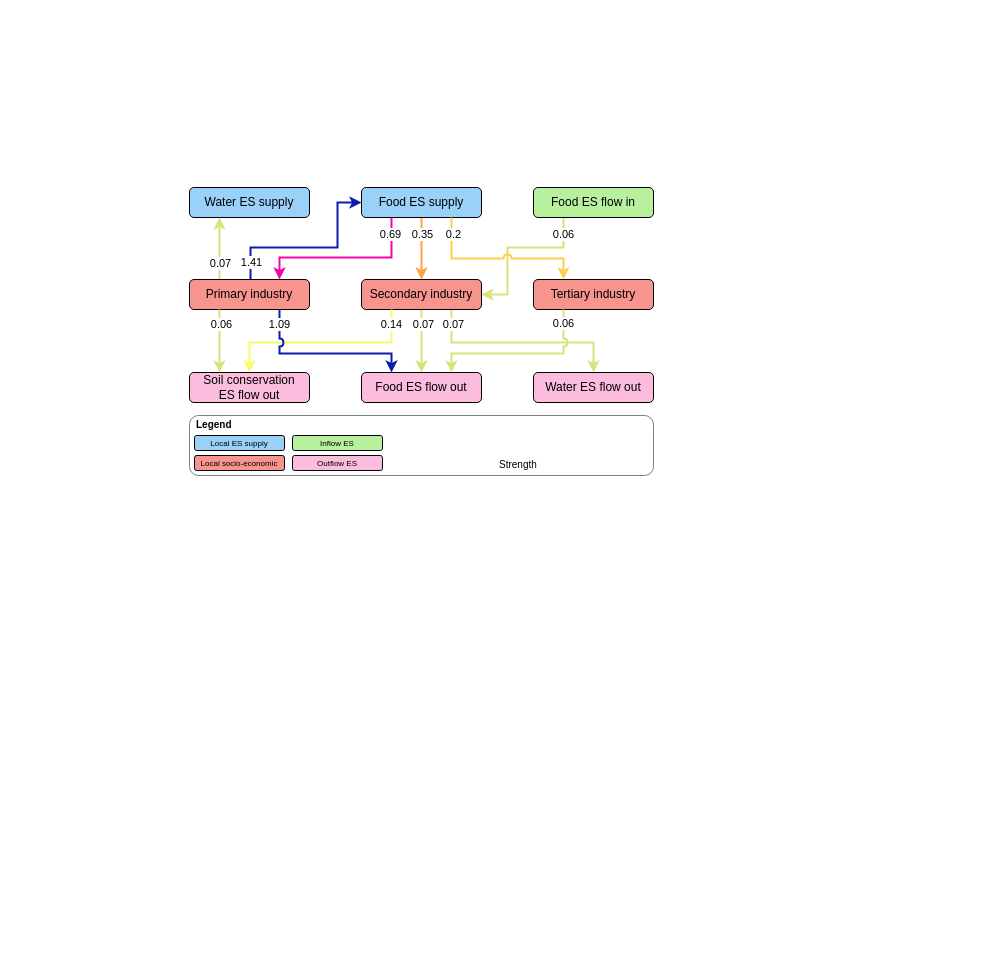
Before: ES_FLOW_MI.drawio in THRILLERLEMON/Draw.IO, a draw.io diagram. Source tidied: cells renumbered, new cells numbered last; positions are measured from the earlier drawing's top-left corner, leaving out a move shared by most shapes. Both pictures are drawn from the tidied source at 100%, with x=0, y=0 at pixel (189, 187).
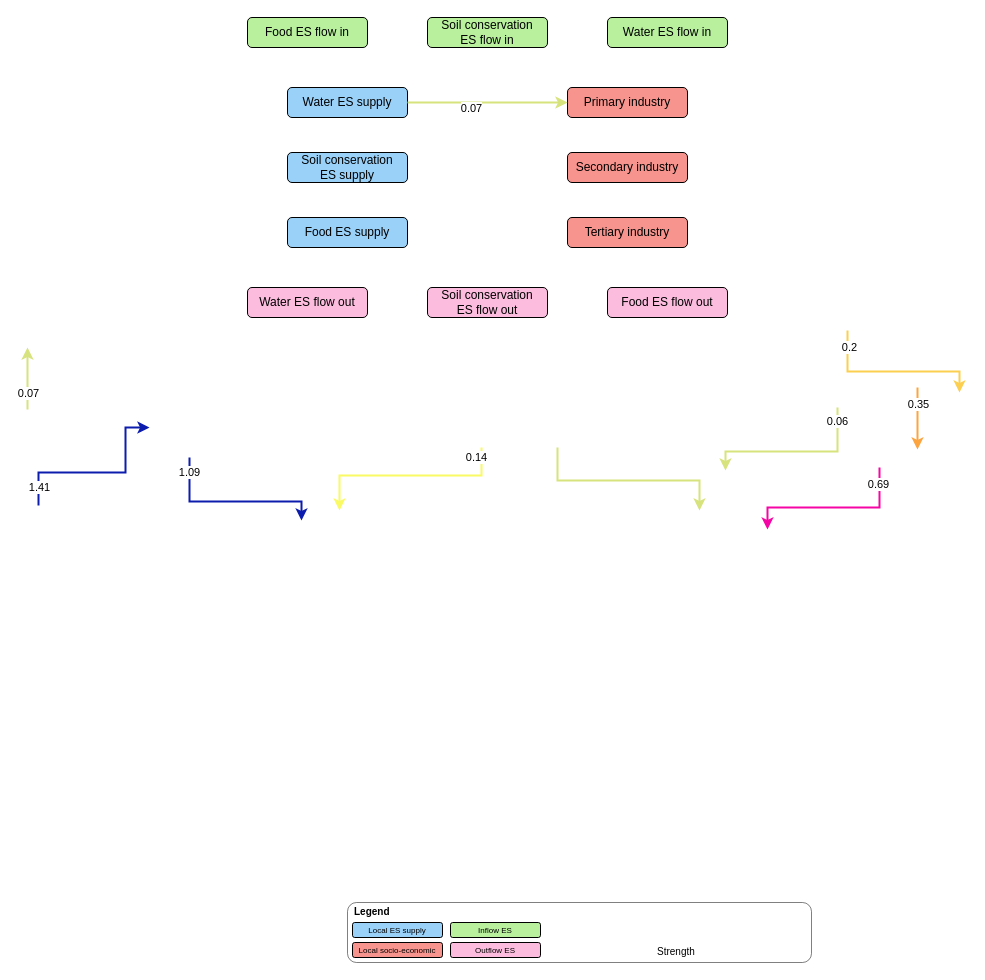
Above is the later version.

The edit, as a diff of the source:
```diff
@@
     <mxCell id="2" style="rounded=1;whiteSpace=wrap;html=1;strokeWidth=0.5;" parent="1" vertex="1">
-      <mxGeometry y="228" width="464" height="60" as="geometry" />
+      <mxGeometry x="158" y="715" width="464" height="60" as="geometry" />
     </mxCell>
-    <mxCell id="3" style="edgeStyle=orthogonalEdgeStyle;rounded=0;jettySize=auto;html=1;exitX=0.75;exitY=1;exitDx=0;exitDy=0;entryX=0.5;entryY=0;entryDx=0;entryDy=0;strokeWidth=2;jumpStyle=arc;strokeColor=#d7e37d;fontFamily=Arial;" parent="1" edge="1" source="16" target="20">
+    <mxCell id="3" style="edgeStyle=orthogonalEdgeStyle;rounded=0;orthogonalLoop=1;jettySize=auto;html=1;exitX=0.75;exitY=1;exitDx=0;exitDy=0;entryX=0.5;entryY=0;entryDx=0;entryDy=0;strokeWidth=2;jumpStyle=arc;strokeColor=#d7e37d;fontFamily=Arial;" parent="1" edge="1">
       <mxGeometry relative="1" as="geometry">
+        <mxPoint x="368" y="260" as="sourcePoint" />
+        <mxPoint x="510" y="323" as="targetPoint" />
         <Array as="points">
-          <mxPoint x="262" y="155" />
-          <mxPoint x="404" y="155" />
+          <mxPoint x="368" y="293" />
+          <mxPoint x="510" y="293" />
         </Array>
       </mxGeometry>
     </mxCell>
-    <mxCell id="4" style="edgeStyle=orthogonalEdgeStyle;rounded=0;jettySize=auto;html=1;exitX=0.5;exitY=1;exitDx=0;exitDy=0;entryX=0.5;entryY=0;entryDx=0;entryDy=0;strokeWidth=2;jumpStyle=arc;strokeColor=#d7e37d;fontFamily=Arial;" parent="1" edge="1" source="16" target="18">
-      <mxGeometry relative="1" as="geometry">
-        <Array as="points">
-          <mxPoint x="232" y="146" />
-          <mxPoint x="232" y="146" />
-        </Array>
-      </mxGeometry>
-    </mxCell>
-    <mxCell id="5" value="0.07" style="edgeLabel;html=1;align=center;verticalAlign=middle;fontFamily=Arial;" parent="4" vertex="1">
-      <mxGeometry x="-0.83" y="-1" relative="1" as="geometry">
-        <mxPoint x="32" y="9" as="offset" />
-      </mxGeometry>
-    </mxCell>
-    <mxCell id="6" value="0.07" style="edgeLabel;html=1;align=center;verticalAlign=middle;fontFamily=Arial;" parent="4" vertex="1">
-      <mxGeometry x="-0.53" y="2" relative="1" as="geometry">
-        <mxPoint x="-1" y="-1" as="offset" />
-      </mxGeometry>
-    </mxCell>
-    <mxCell id="7" style="edgeStyle=orthogonalEdgeStyle;rounded=0;jettySize=auto;html=1;exitX=0.25;exitY=1;exitDx=0;exitDy=0;entryX=0.75;entryY=0;entryDx=0;entryDy=0;strokeWidth=2;strokeColor=#f505a5;fontFamily=Arial;" parent="1" edge="1" source="11" target="25">
+    <mxCell id="7" style="edgeStyle=orthogonalEdgeStyle;rounded=0;orthogonalLoop=1;jettySize=auto;html=1;exitX=0.25;exitY=1;exitDx=0;exitDy=0;entryX=0.75;entryY=0;entryDx=0;entryDy=0;strokeWidth=2;strokeColor=#f505a5;fontFamily=Arial;" parent="1" edge="1">
       <mxGeometry relative="1" as="geometry">
+        <mxPoint x="690" y="280" as="sourcePoint" />
+        <mxPoint x="578" y="342" as="targetPoint" />
         <Array as="points">
-          <mxPoint x="202" y="70" />
-          <mxPoint x="90" y="70" />
+          <mxPoint x="690" y="320" />
+          <mxPoint x="578" y="320" />
         </Array>
       </mxGeometry>
     </mxCell>
@@
-    <mxCell id="9" style="edgeStyle=orthogonalEdgeStyle;rounded=0;jettySize=auto;html=1;exitX=0.5;exitY=1;exitDx=0;exitDy=0;entryX=0.5;entryY=0;entryDx=0;entryDy=0;strokeWidth=2;strokeColor=#fca43f;fontFamily=Arial;" parent="1" edge="1" source="11" target="16">
-      <mxGeometry relative="1" as="geometry" />
+    <mxCell id="9" style="edgeStyle=orthogonalEdgeStyle;rounded=0;orthogonalLoop=1;jettySize=auto;html=1;exitX=0.5;exitY=1;exitDx=0;exitDy=0;entryX=0.5;entryY=0;entryDx=0;entryDy=0;strokeWidth=2;strokeColor=#fca43f;fontFamily=Arial;" parent="1" edge="1">
+      <mxGeometry relative="1" as="geometry">
+        <mxPoint x="728" y="200" as="sourcePoint" />
+        <mxPoint x="728" y="262" as="targetPoint" />
+      </mxGeometry>
     </mxCell>
@@
-    <mxCell id="11" value="&lt;p style=&quot;margin-top: 0pt; margin-bottom: 0pt; margin-left: 0in; direction: ltr; unicode-bidi: embed; word-break: normal;&quot;&gt;Food ES supply&lt;/p&gt;" style="rounded=1;whiteSpace=wrap;html=1;fontFamily=Arial;fillColor=#9ad1f9;flipV=1;" parent="1" vertex="1">
-      <mxGeometry x="172" width="120" height="30" as="geometry" />
+    <mxCell id="11" value="&lt;p style=&quot;margin-top: 0pt; margin-bottom: 0pt; margin-left: 0in; direction: ltr; unicode-bidi: embed; word-break: normal;&quot;&gt;Food ES supply&lt;/p&gt;" style="rounded=1;whiteSpace=wrap;html=1;fontFamily=Arial;fillColor=#9ad1f9;flipV=0;" parent="1" vertex="1">
+      <mxGeometry x="98" y="30" width="120" height="30" as="geometry" />
     </mxCell>
-    <mxCell id="12" value="&lt;p style=&quot;margin-top: 0pt; margin-bottom: 0pt; margin-left: 0in; direction: ltr; unicode-bidi: embed; word-break: normal;&quot;&gt;Water ES supply&lt;/p&gt;" style="rounded=1;whiteSpace=wrap;html=1;fontFamily=Arial;fillColor=#9ad1f9;flipV=1;" parent="1" vertex="1">
-      <mxGeometry width="120" height="30" as="geometry" />
+    <mxCell id="12" value="&lt;p style=&quot;margin-top: 0pt; margin-bottom: 0pt; margin-left: 0in; direction: ltr; unicode-bidi: embed; word-break: normal;&quot;&gt;Water ES supply&lt;/p&gt;" style="rounded=1;whiteSpace=wrap;html=1;fontFamily=Arial;fillColor=#9ad1f9;flipV=0;" parent="1" vertex="1">
+      <mxGeometry x="98" y="-100" width="120" height="30" as="geometry" />
     </mxCell>
-    <mxCell id="13" style="edgeStyle=orthogonalEdgeStyle;rounded=0;jettySize=auto;html=1;exitX=0.25;exitY=1;exitDx=0;exitDy=0;entryX=1;entryY=0.5;entryDx=0;entryDy=0;strokeWidth=2;jumpStyle=arc;strokeColor=#d7e37d;fontFamily=Arial;" parent="1" edge="1" source="15" target="16">
-      <mxGeometry relative="1" as="geometry">
-        <Array as="points">
-          <mxPoint x="374" y="60" />
-          <mxPoint x="318" y="60" />
-          <mxPoint x="318" y="107" />
-        </Array>
-      </mxGeometry>
-    </mxCell>
-    <mxCell id="14" value="0.06" style="edgeLabel;html=1;align=center;verticalAlign=middle;fontFamily=Arial;" parent="13" vertex="1">
-      <mxGeometry x="-0.19" y="650" relative="1" as="geometry">
-        <mxPoint x="33" y="-664" as="offset" />
-      </mxGeometry>
-    </mxCell>
-    <mxCell id="15" value="&lt;p style=&quot;margin-top: 0pt; margin-bottom: 0pt; margin-left: 0in; direction: ltr; unicode-bidi: embed; word-break: normal;&quot;&gt;Food ES flow in&lt;/p&gt;" style="rounded=1;whiteSpace=wrap;html=1;fontFamily=Arial;fillColor=#b8f09e;" parent="1" vertex="1">
-      <mxGeometry x="344" width="120" height="30" as="geometry" />
+    <mxCell id="15" value="Water&amp;nbsp;&lt;span style=&quot;background-color: initial;&quot;&gt;ES flow in&lt;/span&gt;" style="rounded=1;whiteSpace=wrap;html=1;fontFamily=Arial;fillColor=#b8f09e;" parent="1" vertex="1">
+      <mxGeometry x="418" y="-170" width="120" height="30" as="geometry" />
     </mxCell>
     <mxCell id="16" value="&lt;p style=&quot;margin-top: 0pt; margin-bottom: 0pt; margin-left: 0in; direction: ltr; unicode-bidi: embed; word-break: normal;&quot;&gt;Secondary industry&lt;/p&gt;" style="rounded=1;whiteSpace=wrap;html=1;fontFamily=Arial;fillColor=#f7948d;flipV=1;" parent="1" vertex="1">
-      <mxGeometry x="172" y="92" width="120" height="30" as="geometry" />
+      <mxGeometry x="378" y="-35" width="120" height="30" as="geometry" />
     </mxCell>
     <mxCell id="17" value="&lt;p style=&quot;margin-top: 0pt; margin-bottom: 0pt; margin-left: 0in; direction: ltr; unicode-bidi: embed; word-break: normal;&quot;&gt;Tertiary industry&lt;/p&gt;" style="rounded=1;whiteSpace=wrap;html=1;fontFamily=Arial;fillColor=#f7948d;" parent="1" vertex="1">
-      <mxGeometry x="344" y="92" width="120" height="30" as="geometry" />
+      <mxGeometry x="378" y="30" width="120" height="30" as="geometry" />
     </mxCell>
     <mxCell id="18" value="&lt;p style=&quot;margin-top: 0pt; margin-bottom: 0pt; margin-left: 0in; direction: ltr; unicode-bidi: embed; word-break: normal;&quot;&gt;Food ES flow out&lt;/p&gt;" style="rounded=1;whiteSpace=wrap;html=1;fontFamily=Arial;fillColor=#fbbcdd;flipV=1;" parent="1" vertex="1">
-      <mxGeometry x="172" y="185" width="120" height="30" as="geometry" />
+      <mxGeometry x="418" y="100" width="120" height="30" as="geometry" />
     </mxCell>
     <mxCell id="19" value="&lt;p style=&quot;border-color: var(--border-color); margin-top: 0pt; margin-bottom: 0pt; margin-left: 0in; direction: ltr; unicode-bidi: embed; word-break: normal;&quot;&gt;Soil&amp;nbsp;&lt;span style=&quot;background-color: initial;&quot;&gt;conservation&lt;/span&gt;&lt;/p&gt;&lt;p style=&quot;border-color: var(--border-color); margin-top: 0pt; margin-bottom: 0pt; margin-left: 0in; direction: ltr; unicode-bidi: embed; word-break: normal;&quot;&gt;&lt;span style=&quot;background-color: initial;&quot;&gt;ES flow out&lt;/span&gt;&lt;/p&gt;" style="rounded=1;whiteSpace=wrap;html=1;fontFamily=Arial;fillColor=#fbbcdd;flipV=1;verticalAlign=middle;spacingTop=0;spacing=2;" parent="1" vertex="1">
-      <mxGeometry y="185" width="120" height="30" as="geometry" />
+      <mxGeometry x="238" y="100" width="120" height="30" as="geometry" />
     </mxCell>
     <mxCell id="20" value="&lt;p style=&quot;margin-top: 0pt; margin-bottom: 0pt; margin-left: 0in; direction: ltr; unicode-bidi: embed; word-break: normal;&quot;&gt;Water ES flow out&lt;/p&gt;" style="rounded=1;whiteSpace=wrap;html=1;fontFamily=Arial;fillColor=#fbbcdd;" parent="1" vertex="1">
-      <mxGeometry x="344" y="185" width="120" height="30" as="geometry" />
+      <mxGeometry x="58" y="100" width="120" height="30" as="geometry" />
     </mxCell>
-    <mxCell id="21" style="edgeStyle=orthogonalEdgeStyle;rounded=0;jettySize=auto;html=1;exitX=0.5;exitY=0;exitDx=0;exitDy=0;strokeWidth=2;strokeColor=#0c1cad;entryX=0;entryY=0.5;entryDx=0;entryDy=0;fontFamily=Arial;" parent="1" edge="1" source="25" target="11">
+    <mxCell id="21" style="edgeStyle=orthogonalEdgeStyle;rounded=0;orthogonalLoop=1;jettySize=auto;html=1;exitX=0.5;exitY=0;exitDx=0;exitDy=0;strokeWidth=2;strokeColor=#0c1cad;entryX=0;entryY=0.5;entryDx=0;entryDy=0;fontFamily=Arial;" parent="1" edge="1">
       <mxGeometry relative="1" as="geometry">
+        <mxPoint x="-152" y="317" as="sourcePoint" />
+        <mxPoint x="-40" y="240" as="targetPoint" />
         <Array as="points">
-          <mxPoint x="61" y="92" />
-          <mxPoint x="61" y="60" />
-          <mxPoint x="148" y="60" />
-          <mxPoint x="148" y="15" />
+          <mxPoint x="-151" y="317" />
+          <mxPoint x="-151" y="285" />
+          <mxPoint x="-64" y="285" />
+          <mxPoint x="-64" y="240" />
         </Array>
       </mxGeometry>
     </mxCell>
@@
-    <mxCell id="23" style="edgeStyle=orthogonalEdgeStyle;rounded=0;jettySize=auto;html=1;exitX=0.25;exitY=0;exitDx=0;exitDy=0;strokeWidth=2;strokeColor=#d7e37d;jumpStyle=arc;entryX=0.25;entryY=1;entryDx=0;entryDy=0;fontFamily=Arial;" parent="1" edge="1" source="25" target="12">
+    <mxCell id="23" style="edgeStyle=orthogonalEdgeStyle;rounded=0;orthogonalLoop=1;jettySize=auto;html=1;exitX=0.25;exitY=0;exitDx=0;exitDy=0;strokeWidth=2;strokeColor=#d7e37d;jumpStyle=arc;entryX=0.25;entryY=1;entryDx=0;entryDy=0;fontFamily=Arial;" parent="1" edge="1">
       <mxGeometry relative="1" as="geometry">
+        <mxPoint x="-162" y="222" as="sourcePoint" />
+        <mxPoint x="-162" y="160" as="targetPoint" />
         <Array as="points">
-          <mxPoint x="30" y="36" />
-          <mxPoint x="30" y="36" />
+          <mxPoint x="-162" y="166" />
+          <mxPoint x="-162" y="166" />
         </Array>
       </mxGeometry>
     </mxCell>
@@
     <mxCell id="25" value="&lt;p style=&quot;margin-top: 0pt; margin-bottom: 0pt; margin-left: 0in; direction: ltr; unicode-bidi: embed; word-break: normal;&quot;&gt;Primary industry&lt;/p&gt;" style="rounded=1;whiteSpace=wrap;html=1;fontFamily=Arial;fillColor=#f7948d;flipV=1;" parent="1" vertex="1">
-      <mxGeometry y="92" width="120" height="30" as="geometry" />
+      <mxGeometry x="378" y="-100" width="120" height="30" as="geometry" />
     </mxCell>
-    <mxCell id="26" style="edgeStyle=orthogonalEdgeStyle;rounded=0;jettySize=auto;html=1;exitX=0.25;exitY=1;exitDx=0;exitDy=0;entryX=0.25;entryY=0;entryDx=0;entryDy=0;strokeWidth=2;jumpStyle=arc;strokeColor=#d7e37d;fontFamily=Arial;" parent="1" edge="1" source="25" target="19">
-      <mxGeometry relative="1" as="geometry" />
-    </mxCell>
-    <mxCell id="27" value="0.06" style="edgeLabel;html=1;align=center;verticalAlign=middle;fontFamily=Arial;" parent="26" vertex="1">
-      <mxGeometry x="-0.89" y="1" relative="1" as="geometry">
-        <mxPoint y="11" as="offset" />
-      </mxGeometry>
-    </mxCell>
-    <mxCell id="28" style="edgeStyle=orthogonalEdgeStyle;rounded=0;jettySize=auto;html=1;entryX=0.25;entryY=0;entryDx=0;entryDy=0;strokeWidth=2;jumpStyle=arc;strokeColor=#fccf51;exitX=0.75;exitY=1;exitDx=0;exitDy=0;fontFamily=Arial;" parent="1" edge="1" source="11" target="17">
+    <mxCell id="28" style="edgeStyle=orthogonalEdgeStyle;rounded=0;orthogonalLoop=1;jettySize=auto;html=1;entryX=0.25;entryY=0;entryDx=0;entryDy=0;strokeWidth=2;jumpStyle=arc;strokeColor=#fccf51;exitX=0.75;exitY=1;exitDx=0;exitDy=0;fontFamily=Arial;" parent="1" edge="1">
       <mxGeometry relative="1" as="geometry">
+        <mxPoint x="658" y="143" as="sourcePoint" />
+        <mxPoint x="770" y="205" as="targetPoint" />
         <Array as="points">
-          <mxPoint x="262" y="71" />
-          <mxPoint x="374" y="71" />
+          <mxPoint x="658" y="184" />
+          <mxPoint x="770" y="184" />
         </Array>
       </mxGeometry>
     </mxCell>
@@
-    <mxCell id="30" style="edgeStyle=orthogonalEdgeStyle;rounded=0;jettySize=auto;html=1;exitX=0.25;exitY=1;exitDx=0;exitDy=0;entryX=0.5;entryY=0;entryDx=0;entryDy=0;strokeWidth=2;jumpStyle=arc;strokeColor=#fafa64;fontFamily=Arial;" parent="1" edge="1" source="16" target="19">
+    <mxCell id="30" style="edgeStyle=orthogonalEdgeStyle;rounded=0;orthogonalLoop=1;jettySize=auto;html=1;exitX=0.25;exitY=1;exitDx=0;exitDy=0;entryX=0.5;entryY=0;entryDx=0;entryDy=0;strokeWidth=2;jumpStyle=arc;strokeColor=#fafa64;fontFamily=Arial;" parent="1" edge="1">
       <mxGeometry relative="1" as="geometry">
+        <mxPoint x="292" y="260" as="sourcePoint" />
+        <mxPoint x="150" y="323" as="targetPoint" />
         <Array as="points">
-          <mxPoint x="202" y="155" />
-          <mxPoint x="60" y="155" />
+          <mxPoint x="292" y="288" />
+          <mxPoint x="150" y="288" />
         </Array>
       </mxGeometry>
     </mxCell>
@@
-    <mxCell id="32" style="edgeStyle=orthogonalEdgeStyle;rounded=0;jettySize=auto;html=1;exitX=0.75;exitY=1;exitDx=0;exitDy=0;entryX=0.25;entryY=0;entryDx=0;entryDy=0;strokeWidth=2;strokeColor=#0c1cad;jumpStyle=arc;fontFamily=Arial;" parent="1" edge="1" source="25" target="18">
+    <mxCell id="32" style="edgeStyle=orthogonalEdgeStyle;rounded=0;orthogonalLoop=1;jettySize=auto;html=1;exitX=0.75;exitY=1;exitDx=0;exitDy=0;entryX=0.25;entryY=0;entryDx=0;entryDy=0;strokeWidth=2;strokeColor=#0c1cad;jumpStyle=arc;fontFamily=Arial;" parent="1" edge="1">
       <mxGeometry relative="1" as="geometry">
+        <mxPoint y="270" as="sourcePoint" />
+        <mxPoint x="112" y="333" as="targetPoint" />
         <Array as="points">
-          <mxPoint x="90" y="166" />
-          <mxPoint x="202" y="166" />
+          <mxPoint y="314" />
+          <mxPoint x="112" y="314" />
         </Array>
       </mxGeometry>
     </mxCell>
@@
-    <mxCell id="34" style="edgeStyle=orthogonalEdgeStyle;rounded=0;jettySize=auto;html=1;exitX=0.25;exitY=1;exitDx=0;exitDy=0;strokeWidth=2;jumpStyle=arc;strokeColor=#d7e37d;entryX=0.75;entryY=0;entryDx=0;entryDy=0;fontFamily=Arial;" parent="1" edge="1" source="17" target="18">
+    <mxCell id="34" style="edgeStyle=orthogonalEdgeStyle;rounded=0;orthogonalLoop=1;jettySize=auto;html=1;exitX=0.25;exitY=1;exitDx=0;exitDy=0;strokeWidth=2;jumpStyle=arc;strokeColor=#d7e37d;entryX=0.75;entryY=0;entryDx=0;entryDy=0;fontFamily=Arial;" parent="1" edge="1">
       <mxGeometry relative="1" as="geometry">
+        <mxPoint x="648" y="220" as="sourcePoint" />
+        <mxPoint x="536" y="283" as="targetPoint" />
         <Array as="points">
-          <mxPoint x="374" y="166" />
-          <mxPoint x="262" y="166" />
+          <mxPoint x="648" y="264" />
+          <mxPoint x="536" y="264" />
         </Array>
       </mxGeometry>
     </mxCell>
@@
     <mxCell id="36" value="&lt;p style=&quot;margin-top: 0pt; margin-bottom: 0pt; margin-left: 0in; direction: ltr; unicode-bidi: embed; word-break: normal; font-size: 8px;&quot;&gt;Local ES supply&lt;/p&gt;" style="rounded=1;whiteSpace=wrap;html=1;fontFamily=Arial;fillColor=#9ad1f9;flipV=1;fontSize=8;" parent="1" vertex="1">
-      <mxGeometry x="5" y="248" width="90" height="15" as="geometry" />
+      <mxGeometry x="163" y="735" width="90" height="15" as="geometry" />
     </mxCell>
     <mxCell id="37" value="In&lt;span style=&quot;background-color: initial; font-size: 8px;&quot;&gt;flow&amp;nbsp;&lt;/span&gt;ES" style="rounded=1;whiteSpace=wrap;html=1;fontFamily=Arial;fillColor=#b8f09e;fontSize=8;" parent="1" vertex="1">
-      <mxGeometry x="103" y="248" width="90" height="15" as="geometry" />
+      <mxGeometry x="261" y="735" width="90" height="15" as="geometry" />
     </mxCell>
     <mxCell id="38" value="&lt;p style=&quot;margin-top: 0pt; margin-bottom: 0pt; margin-left: 0in; direction: ltr; unicode-bidi: embed; word-break: normal; font-size: 8px;&quot;&gt;Local socio-economic&lt;/p&gt;" style="rounded=1;whiteSpace=wrap;html=1;fontFamily=Arial;fillColor=#f7948d;fontSize=8;" parent="1" vertex="1">
-      <mxGeometry x="5" y="268" width="90" height="15" as="geometry" />
+      <mxGeometry x="163" y="755" width="90" height="15" as="geometry" />
     </mxCell>
     <mxCell id="39" value="Outflow&amp;nbsp;&lt;span style=&quot;background-color: initial; font-size: 8px;&quot;&gt;ES&lt;/span&gt;" style="rounded=1;whiteSpace=wrap;html=1;fontFamily=Arial;fillColor=#fbbcdd;fontSize=8;" parent="1" vertex="1">
-      <mxGeometry x="103" y="268" width="90" height="15" as="geometry" />
+      <mxGeometry x="261" y="755" width="90" height="15" as="geometry" />
     </mxCell>
     <mxCell id="40" value="&lt;div style=&quot;text-align: center;&quot;&gt;&lt;span style=&quot;background-color: initial;&quot;&gt;&lt;font size=&quot;1&quot; style=&quot;&quot; face=&quot;Arial&quot;&gt;&lt;b style=&quot;font-size: 10px;&quot;&gt;Legend&lt;/b&gt;&lt;/font&gt;&lt;/span&gt;&lt;/div&gt;" style="text;whiteSpace=wrap;html=1;" parent="1" vertex="1">
-      <mxGeometry x="5" y="223" width="70" height="20" as="geometry" />
+      <mxGeometry x="163" y="710" width="70" height="20" as="geometry" />
     </mxCell>
     <mxCell id="41" value="&lt;div style=&quot;text-align: center;&quot;&gt;&lt;span style=&quot;background-color: initial;&quot;&gt;&lt;font size=&quot;1&quot; style=&quot;&quot; face=&quot;Arial&quot;&gt;&lt;span style=&quot;font-size: 10px;&quot;&gt;Strength&lt;/span&gt;&lt;/font&gt;&lt;/span&gt;&lt;/div&gt;" style="text;whiteSpace=wrap;html=1;" parent="1" vertex="1">
-      <mxGeometry x="308" y="263" width="70" height="20" as="geometry" />
+      <mxGeometry x="466" y="750" width="70" height="20" as="geometry" />
     </mxCell>
+    <mxCell id="42" value="&lt;p style=&quot;margin-top: 0pt; margin-bottom: 0pt; margin-left: 0in; direction: ltr; unicode-bidi: embed; word-break: normal;&quot;&gt;Soil conservation&lt;/p&gt;&lt;p style=&quot;margin-top: 0pt; margin-bottom: 0pt; margin-left: 0in; direction: ltr; unicode-bidi: embed; word-break: normal;&quot;&gt;ES supply&lt;/p&gt;" style="rounded=1;whiteSpace=wrap;html=1;fontFamily=Arial;fillColor=#9ad1f9;flipV=0;" parent="1" vertex="1">
+      <mxGeometry x="98" y="-35" width="120" height="30" as="geometry" />
+    </mxCell>
+    <mxCell id="43" value="&lt;p style=&quot;margin-top: 0pt; margin-bottom: 0pt; margin-left: 0in; direction: ltr; unicode-bidi: embed; word-break: normal;&quot;&gt;Food ES flow in&lt;/p&gt;" style="rounded=1;whiteSpace=wrap;html=1;fontFamily=Arial;fillColor=#b8f09e;" parent="1" vertex="1">
+      <mxGeometry x="58" y="-170" width="120" height="30" as="geometry" />
+    </mxCell>
+    <mxCell id="44" value="Soil conservation&lt;p style=&quot;margin-top: 0pt; margin-bottom: 0pt; margin-left: 0in; direction: ltr; unicode-bidi: embed; word-break: normal;&quot;&gt;ES flow in&lt;/p&gt;" style="rounded=1;whiteSpace=wrap;html=1;fontFamily=Arial;fillColor=#b8f09e;" parent="1" vertex="1">
+      <mxGeometry x="238" y="-170" width="120" height="30" as="geometry" />
+    </mxCell>
+    <mxCell id="45" style="edgeStyle=orthogonalEdgeStyle;rounded=0;jettySize=auto;html=1;exitX=1;exitY=0.5;exitDx=0;exitDy=0;strokeWidth=2;strokeColor=#d7e37d;jumpStyle=arc;fontFamily=Arial;entryX=0;entryY=0.5;entryDx=0;entryDy=0;" parent="1" edge="1" source="12" target="25">
+      <mxGeometry relative="1" as="geometry">
+        <Array as="points">
+          <mxPoint x="258" y="-85" />
+          <mxPoint x="258" y="-85" />
+        </Array>
+      </mxGeometry>
+    </mxCell>
+    <mxCell id="46" value="0.07" style="edgeLabel;html=1;align=center;verticalAlign=middle;fontFamily=Arial;" parent="45" vertex="1">
+      <mxGeometry x="-0.24" y="2" relative="1" as="geometry">
+        <mxPoint x="2" y="7" as="offset" />
+      </mxGeometry>
+    </mxCell>
```
